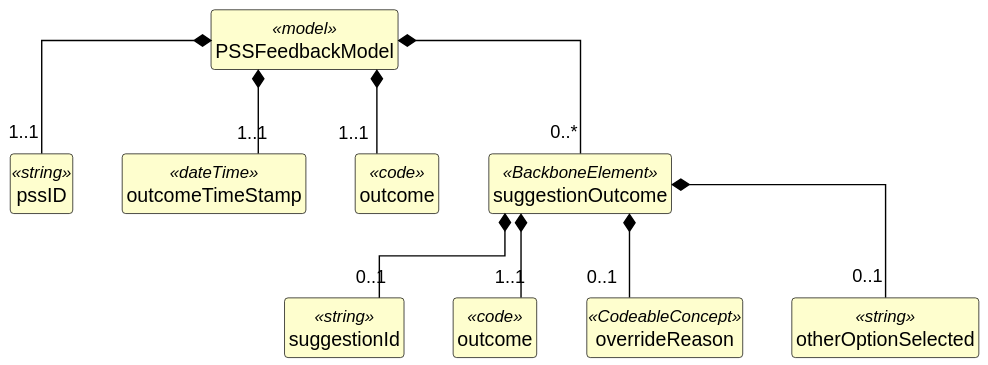
This is exports/diagrams/PSSFeedbackModel-uml.svg from caresets/caresets-src, a PlantUML export, as it was before one commit.
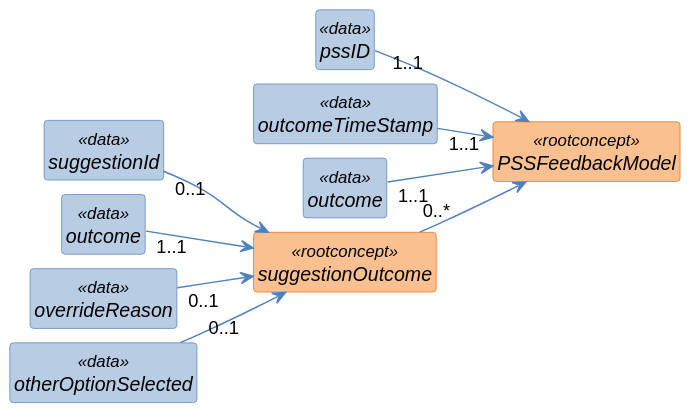
After the commit.

Diff of the diagram source:
```diff
@@ -1,50 +1,57 @@
 @startuml
+left to right direction
 skinparam shadowing false
+skinparam nodesep 10
+skinparam ranksep 40
 skinparam classAttributeIconSize 0
-skinparam linetype ortho
 skinparam class {
-  BackgroundColor #FEFECE
-  BorderColor #000000
-  ArrowColor #000000
-  FontStyle bold
-  AttributeFontStyle normal
+  FontStyle italic
+  BackgroundColor<<rootconcept>> #FAC08F
+  BorderColor<<rootconcept>> #E36C0A
+  BackgroundColor<<data>> #B8CCE4
+  BorderColor<<data>> #4F81BD
+  BackgroundColor<<reference>> #D9D9D9
+  BorderColor<<reference>> #808080
+  BackgroundColor<<value set>> #C3D69B
+  BorderColor<<value set>> #77933C
+  ArrowColor #4F81BD
 }
 hide circle
 hide empty members
 
-class "PSSFeedbackModel" as PSSFeedbackModel <<model>> {
+class "PSSFeedbackModel" as PSSFeedbackModel <<rootconcept>> {
 }
 
-class "pssID" as PSSFeedbackModel_pssID <<string>> {
+class "pssID" as PSSFeedbackModel_pssID <<data>> {
 }
 
-class "outcomeTimeStamp" as PSSFeedbackModel_outcomeTimeStamp <<dateTime>> {
+class "outcomeTimeStamp" as PSSFeedbackModel_outcomeTimeStamp <<data>> {
 }
 
-class "outcome" as PSSFeedbackModel_outcome <<code>> {
+class "outcome" as PSSFeedbackModel_outcome <<data>> {
 }
 
-class "suggestionOutcome" as PSSFeedbackModel_suggestionOutcome <<BackboneElement>> {
+class "suggestionOutcome" as PSSFeedbackModel_suggestionOutcome <<rootconcept>> {
 }
 
-class "suggestionId" as PSSFeedbackModel_suggestionOutcome_suggestionId <<string>> {
+class "suggestionId" as PSSFeedbackModel_suggestionOutcome_suggestionId <<data>> {
 }
 
-class "outcome" as PSSFeedbackModel_suggestionOutcome_outcome <<code>> {
+class "outcome" as PSSFeedbackModel_suggestionOutcome_outcome <<data>> {
 }
 
-class "overrideReason" as PSSFeedbackModel_suggestionOutcome_overrideReason <<CodeableConcept>> {
+class "overrideReason" as PSSFeedbackModel_suggestionOutcome_overrideReason <<data>> {
 }
 
-class "otherOptionSelected" as PSSFeedbackModel_suggestionOutcome_otherOptionSelected <<string>> {
+class "otherOptionSelected" as PSSFeedbackModel_suggestionOutcome_otherOptionSelected <<data>> {
 }
 
-PSSFeedbackModel *-- "1..1" PSSFeedbackModel_pssID
-PSSFeedbackModel *-- "1..1" PSSFeedbackModel_outcomeTimeStamp
-PSSFeedbackModel *-- "1..1" PSSFeedbackModel_outcome
-PSSFeedbackModel *-- "0..*" PSSFeedbackModel_suggestionOutcome
-PSSFeedbackModel_suggestionOutcome *-- "0..1" PSSFeedbackModel_suggestionOutcome_suggestionId
-PSSFeedbackModel_suggestionOutcome *-- "1..1" PSSFeedbackModel_suggestionOutcome_outcome
-PSSFeedbackModel_suggestionOutcome *-- "0..1" PSSFeedbackModel_suggestionOutcome_overrideReason
-PSSFeedbackModel_suggestionOutcome *-- "0..1" PSSFeedbackModel_suggestionOutcome_otherOptionSelected
+PSSFeedbackModel_pssID "1..1" --> PSSFeedbackModel
+PSSFeedbackModel_outcomeTimeStamp "1..1" --> PSSFeedbackModel
+PSSFeedbackModel_outcome "1..1" --> PSSFeedbackModel
+PSSFeedbackModel_suggestionOutcome "0..*" --> PSSFeedbackModel
+PSSFeedbackModel_suggestionOutcome_suggestionId "0..1" --> PSSFeedbackModel_suggestionOutcome
+PSSFeedbackModel_suggestionOutcome_outcome "1..1" --> PSSFeedbackModel_suggestionOutcome
+PSSFeedbackModel_suggestionOutcome_overrideReason "0..1" --> PSSFeedbackModel_suggestionOutcome
+PSSFeedbackModel_suggestionOutcome_otherOptionSelected "0..1" --> PSSFeedbackModel_suggestionOutcome
 @enduml
```
